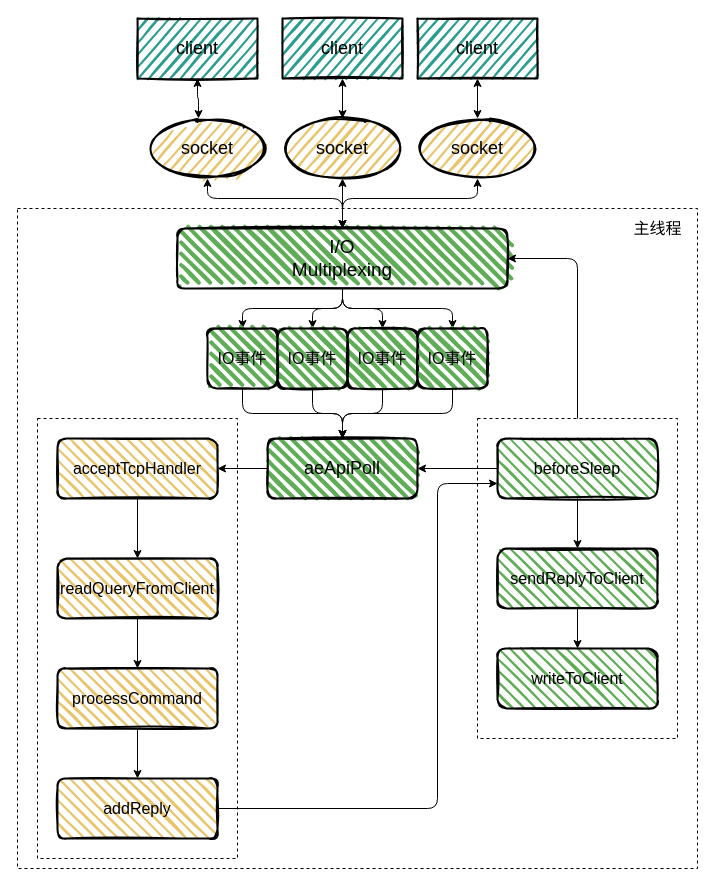
Before: page "single" (3 of 29) of redis/redis.drawio in boilingfrog/Go-POINT, a draw.io diagram. Source tidied: cells renumbered, new cells numbered last; positions are measured from the earlier drawing's top-left corner, leaving out a move shared by most shapes. Both pictures are drawn from the tidied source at 100%, with x=0, y=0 at pixel (17, 18).
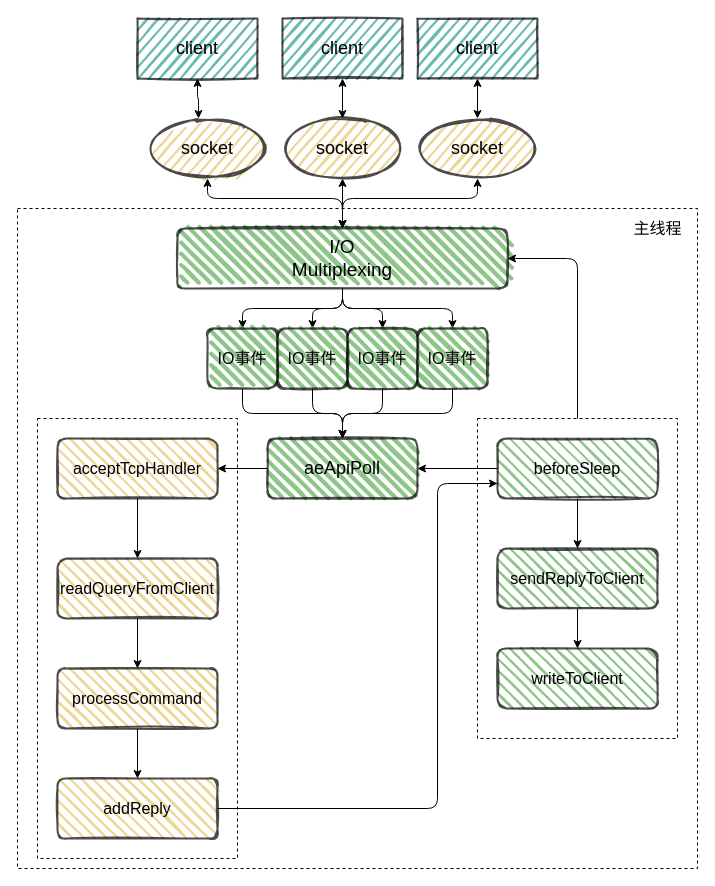
The same diagram, later.

Change to the diagram source:
```diff
@@
-    <mxCell id="9" value="&lt;font style=&quot;font-size: 19px&quot;&gt;I/O&lt;br&gt;Multiplexing&lt;/font&gt;" style="rounded=1;whiteSpace=wrap;html=1;strokeWidth=2;fillWeight=4;hachureGap=8;hachureAngle=45;fillColor=#5FAD56;sketch=1;fontSize=16;" parent="1" vertex="1">
+    <mxCell id="9" value="&lt;font style=&quot;font-size: 19px&quot;&gt;I/O&lt;br&gt;Multiplexing&lt;/font&gt;" style="rounded=1;whiteSpace=wrap;html=1;strokeWidth=2;fillWeight=4;hachureGap=8;hachureAngle=45;fillColor=#5FAD56;sketch=1;fontSize=16;opacity=70;" parent="1" vertex="1">
       <mxGeometry x="160" y="210" width="330" height="60" as="geometry" />
     </mxCell>
@@
-    <mxCell id="11" value="&lt;font style=&quot;font-size: 18px&quot;&gt;socket&lt;/font&gt;" style="ellipse;whiteSpace=wrap;html=1;strokeWidth=2;fillWeight=2;hachureGap=8;fillColor=#E9C46A;fillStyle=dots;sketch=1;fontSize=16;" parent="1" vertex="1">
+    <mxCell id="11" value="&lt;font style=&quot;font-size: 18px&quot;&gt;socket&lt;/font&gt;" style="ellipse;whiteSpace=wrap;html=1;strokeWidth=2;fillWeight=2;hachureGap=8;fillColor=#E9C46A;fillStyle=dots;sketch=1;fontSize=16;opacity=70;" parent="1" vertex="1">
       <mxGeometry x="130" y="100" width="120" height="60" as="geometry" />
     </mxCell>
@@
-    <mxCell id="13" value="&lt;font style=&quot;font-size: 18px&quot;&gt;socket&lt;/font&gt;" style="ellipse;whiteSpace=wrap;html=1;strokeWidth=2;fillWeight=2;hachureGap=8;fillColor=#E9C46A;fillStyle=dots;sketch=1;fontSize=16;" parent="1" vertex="1">
+    <mxCell id="13" value="&lt;font style=&quot;font-size: 18px&quot;&gt;socket&lt;/font&gt;" style="ellipse;whiteSpace=wrap;html=1;strokeWidth=2;fillWeight=2;hachureGap=8;fillColor=#E9C46A;fillStyle=dots;sketch=1;fontSize=16;opacity=70;" parent="1" vertex="1">
       <mxGeometry x="400" y="100" width="120" height="60" as="geometry" />
     </mxCell>
@@
-    <mxCell id="15" value="&lt;font style=&quot;font-size: 18px&quot;&gt;aeApiPoll&lt;/font&gt;" style="rounded=1;whiteSpace=wrap;html=1;strokeWidth=2;fillWeight=4;hachureGap=8;hachureAngle=45;fillColor=#5FAD56;sketch=1;fontSize=16;" parent="1" vertex="1">
+    <mxCell id="15" value="&lt;font style=&quot;font-size: 18px&quot;&gt;aeApiPoll&lt;/font&gt;" style="rounded=1;whiteSpace=wrap;html=1;strokeWidth=2;fillWeight=4;hachureGap=8;hachureAngle=45;fillColor=#5FAD56;sketch=1;fontSize=16;opacity=70;" parent="1" vertex="1">
       <mxGeometry x="250" y="420" width="150" height="60" as="geometry" />
     </mxCell>
@@
-    <mxCell id="17" value="acceptTcpHandler" style="rounded=1;whiteSpace=wrap;html=1;strokeWidth=2;fillWeight=2;hachureGap=8;hachureAngle=45;fillColor=#E9C46A;sketch=1;fontSize=16;fillStyle=dots;" parent="1" vertex="1">
+    <mxCell id="17" value="acceptTcpHandler" style="rounded=1;whiteSpace=wrap;html=1;strokeWidth=2;fillWeight=2;hachureGap=8;hachureAngle=45;fillColor=#E9C46A;sketch=1;fontSize=16;fillStyle=dots;opacity=70;" parent="1" vertex="1">
       <mxGeometry x="40" y="420" width="160" height="60" as="geometry" />
     </mxCell>
@@
-    <mxCell id="19" value="&lt;font style=&quot;font-size: 18px&quot;&gt;socket&lt;/font&gt;" style="ellipse;whiteSpace=wrap;html=1;strokeWidth=2;fillWeight=2;hachureGap=8;fillColor=#E9C46A;fillStyle=dots;sketch=1;fontSize=16;" parent="1" vertex="1">
+    <mxCell id="19" value="&lt;font style=&quot;font-size: 18px&quot;&gt;socket&lt;/font&gt;" style="ellipse;whiteSpace=wrap;html=1;strokeWidth=2;fillWeight=2;hachureGap=8;fillColor=#E9C46A;fillStyle=dots;sketch=1;fontSize=16;opacity=70;" parent="1" vertex="1">
       <mxGeometry x="265" y="100" width="120" height="60" as="geometry" />
     </mxCell>
@@
-    <mxCell id="21" value="&lt;font style=&quot;font-size: 18px&quot;&gt;client&lt;/font&gt;" style="rounded=0;whiteSpace=wrap;html=1;fontFamily=Helvetica;fontSize=12;fontColor=default;strokeColor=default;fillColor=#2A9D8F;strokeWidth=2;fillWeight=2;hachureGap=8;fillStyle=dots;sketch=1;" parent="1" vertex="1">
+    <mxCell id="21" value="&lt;font style=&quot;font-size: 18px&quot;&gt;client&lt;/font&gt;" style="rounded=0;whiteSpace=wrap;html=1;fontFamily=Helvetica;fontSize=12;fontColor=default;strokeColor=default;fillColor=#2A9D8F;strokeWidth=2;fillWeight=2;hachureGap=8;fillStyle=dots;sketch=1;opacity=70;" parent="1" vertex="1">
       <mxGeometry x="120" width="120" height="60" as="geometry" />
     </mxCell>
@@
-    <mxCell id="23" value="&lt;font style=&quot;font-size: 18px&quot;&gt;client&lt;/font&gt;" style="rounded=0;whiteSpace=wrap;html=1;fontFamily=Helvetica;fontSize=12;fontColor=default;strokeColor=default;fillColor=#2A9D8F;strokeWidth=2;fillWeight=2;hachureGap=8;fillStyle=dots;sketch=1;" parent="1" vertex="1">
+    <mxCell id="23" value="&lt;font style=&quot;font-size: 18px&quot;&gt;client&lt;/font&gt;" style="rounded=0;whiteSpace=wrap;html=1;fontFamily=Helvetica;fontSize=12;fontColor=default;strokeColor=default;fillColor=#2A9D8F;strokeWidth=2;fillWeight=2;hachureGap=8;fillStyle=dots;sketch=1;opacity=70;" parent="1" vertex="1">
       <mxGeometry x="265" width="120" height="60" as="geometry" />
     </mxCell>
@@
-    <mxCell id="25" value="&lt;font style=&quot;font-size: 18px&quot;&gt;client&lt;/font&gt;" style="rounded=0;whiteSpace=wrap;html=1;fontFamily=Helvetica;fontSize=12;fontColor=default;strokeColor=default;fillColor=#2A9D8F;strokeWidth=2;fillWeight=2;hachureGap=8;fillStyle=dots;sketch=1;" parent="1" vertex="1">
+    <mxCell id="25" value="&lt;font style=&quot;font-size: 18px&quot;&gt;client&lt;/font&gt;" style="rounded=0;whiteSpace=wrap;html=1;fontFamily=Helvetica;fontSize=12;fontColor=default;strokeColor=default;fillColor=#2A9D8F;strokeWidth=2;fillWeight=2;hachureGap=8;fillStyle=dots;sketch=1;opacity=70;" parent="1" vertex="1">
       <mxGeometry x="400" width="120" height="60" as="geometry" />
     </mxCell>
@@
-    <mxCell id="27" value="readQueryFromClient" style="rounded=1;whiteSpace=wrap;html=1;strokeWidth=2;fillWeight=2;hachureGap=8;hachureAngle=45;fillColor=#E9C46A;sketch=1;fontSize=16;fillStyle=dots;" parent="1" vertex="1">
+    <mxCell id="27" value="readQueryFromClient" style="rounded=1;whiteSpace=wrap;html=1;strokeWidth=2;fillWeight=2;hachureGap=8;hachureAngle=45;fillColor=#E9C46A;sketch=1;fontSize=16;fillStyle=dots;opacity=70;" parent="1" vertex="1">
       <mxGeometry x="40" y="540" width="160" height="60" as="geometry" />
     </mxCell>
@@
-    <mxCell id="29" value="sendReplyToClient" style="rounded=1;whiteSpace=wrap;html=1;strokeWidth=2;fillWeight=2;hachureGap=8;hachureAngle=45;fillColor=#5FAD56;sketch=1;fontSize=16;fillStyle=dots;" parent="1" vertex="1">
+    <mxCell id="29" value="sendReplyToClient" style="rounded=1;whiteSpace=wrap;html=1;strokeWidth=2;fillWeight=2;hachureGap=8;hachureAngle=45;fillColor=#5FAD56;sketch=1;fontSize=16;fillStyle=dots;opacity=70;" parent="1" vertex="1">
       <mxGeometry x="480" y="530" width="160" height="60" as="geometry" />
     </mxCell>
@@
-    <mxCell id="33" value="beforeSleep" style="rounded=1;whiteSpace=wrap;html=1;strokeWidth=2;fillWeight=2;hachureGap=8;hachureAngle=45;fillColor=#5FAD56;sketch=1;fontSize=16;fillStyle=dots;" parent="1" vertex="1">
+    <mxCell id="33" value="beforeSleep" style="rounded=1;whiteSpace=wrap;html=1;strokeWidth=2;fillWeight=2;hachureGap=8;hachureAngle=45;fillColor=#5FAD56;sketch=1;fontSize=16;fillStyle=dots;opacity=70;" parent="1" vertex="1">
       <mxGeometry x="480" y="420" width="160" height="60" as="geometry" />
     </mxCell>
@@
-    <mxCell id="35" value="processCommand" style="rounded=1;whiteSpace=wrap;html=1;strokeWidth=2;fillWeight=2;hachureGap=8;hachureAngle=45;fillColor=#E9C46A;sketch=1;fontSize=16;fillStyle=dots;" parent="1" vertex="1">
+    <mxCell id="35" value="processCommand" style="rounded=1;whiteSpace=wrap;html=1;strokeWidth=2;fillWeight=2;hachureGap=8;hachureAngle=45;fillColor=#E9C46A;sketch=1;fontSize=16;fillStyle=dots;opacity=70;" parent="1" vertex="1">
       <mxGeometry x="40" y="650" width="160" height="60" as="geometry" />
     </mxCell>
@@
-    <mxCell id="37" value="addReply" style="rounded=1;whiteSpace=wrap;html=1;strokeWidth=2;fillWeight=2;hachureGap=8;hachureAngle=45;fillColor=#E9C46A;sketch=1;fontSize=16;fillStyle=dots;" parent="1" vertex="1">
+    <mxCell id="37" value="addReply" style="rounded=1;whiteSpace=wrap;html=1;strokeWidth=2;fillWeight=2;hachureGap=8;hachureAngle=45;fillColor=#E9C46A;sketch=1;fontSize=16;fillStyle=dots;opacity=70;" parent="1" vertex="1">
       <mxGeometry x="40" y="760" width="160" height="60" as="geometry" />
     </mxCell>
-    <mxCell id="38" value="writeToClient" style="rounded=1;whiteSpace=wrap;html=1;strokeWidth=2;fillWeight=2;hachureGap=8;hachureAngle=45;fillColor=#5FAD56;sketch=1;fontSize=16;fillStyle=dots;" parent="1" vertex="1">
+    <mxCell id="38" value="writeToClient" style="rounded=1;whiteSpace=wrap;html=1;strokeWidth=2;fillWeight=2;hachureGap=8;hachureAngle=45;fillColor=#5FAD56;sketch=1;fontSize=16;fillStyle=dots;opacity=70;" parent="1" vertex="1">
       <mxGeometry x="480" y="630" width="160" height="60" as="geometry" />
     </mxCell>
@@
-    <mxCell id="40" value="IO事件" style="rounded=1;whiteSpace=wrap;html=1;strokeWidth=2;fillWeight=4;hachureGap=8;hachureAngle=45;fillColor=#5FAD56;sketch=1;fontSize=16;" parent="1" vertex="1">
+    <mxCell id="40" value="IO事件" style="rounded=1;whiteSpace=wrap;html=1;strokeWidth=2;fillWeight=4;hachureGap=8;hachureAngle=45;fillColor=#5FAD56;sketch=1;fontSize=16;opacity=70;" parent="1" vertex="1">
       <mxGeometry x="190" y="310" width="70" height="60" as="geometry" />
     </mxCell>
@@
-    <mxCell id="42" value="IO事件" style="rounded=1;whiteSpace=wrap;html=1;strokeWidth=2;fillWeight=4;hachureGap=8;hachureAngle=45;fillColor=#5FAD56;sketch=1;fontSize=16;" parent="1" vertex="1">
+    <mxCell id="42" value="IO事件" style="rounded=1;whiteSpace=wrap;html=1;strokeWidth=2;fillWeight=4;hachureGap=8;hachureAngle=45;fillColor=#5FAD56;sketch=1;fontSize=16;opacity=70;" parent="1" vertex="1">
       <mxGeometry x="260" y="310" width="70" height="60" as="geometry" />
     </mxCell>
@@
-    <mxCell id="44" value="IO事件" style="rounded=1;whiteSpace=wrap;html=1;strokeWidth=2;fillWeight=4;hachureGap=8;hachureAngle=45;fillColor=#5FAD56;sketch=1;fontSize=16;" parent="1" vertex="1">
+    <mxCell id="44" value="IO事件" style="rounded=1;whiteSpace=wrap;html=1;strokeWidth=2;fillWeight=4;hachureGap=8;hachureAngle=45;fillColor=#5FAD56;sketch=1;fontSize=16;opacity=70;" parent="1" vertex="1">
       <mxGeometry x="330" y="310" width="70" height="60" as="geometry" />
     </mxCell>
@@
-    <mxCell id="46" value="IO事件" style="rounded=1;whiteSpace=wrap;html=1;strokeWidth=2;fillWeight=4;hachureGap=8;hachureAngle=45;fillColor=#5FAD56;sketch=1;fontSize=16;" parent="1" vertex="1">
+    <mxCell id="46" value="IO事件" style="rounded=1;whiteSpace=wrap;html=1;strokeWidth=2;fillWeight=4;hachureGap=8;hachureAngle=45;fillColor=#5FAD56;sketch=1;fontSize=16;opacity=70;" parent="1" vertex="1">
       <mxGeometry x="400" y="310" width="70" height="60" as="geometry" />
     </mxCell>
```
